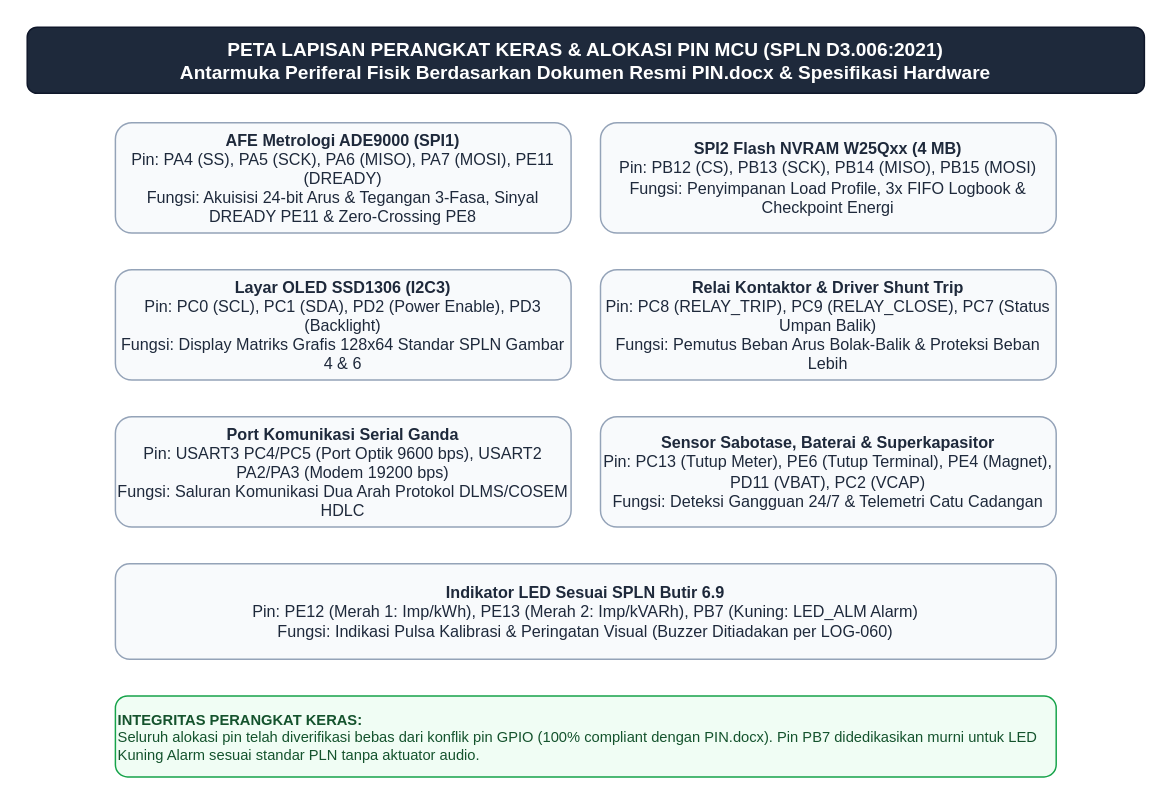
Above: page "6. Hardware & Pin Periferal" (6 of 6) of docs/system_flowchart.drawio in Kevla27/ALLIN (draw.io), before the change. Source tidied: cells renumbered, new cells numbered last; positions are measured from the earlier drawing's top-left corner, leaving out a move shared by most shapes. Both pictures are drawn from the tidied source at 147%, with x=0, y=0 at pixel (26, 26).
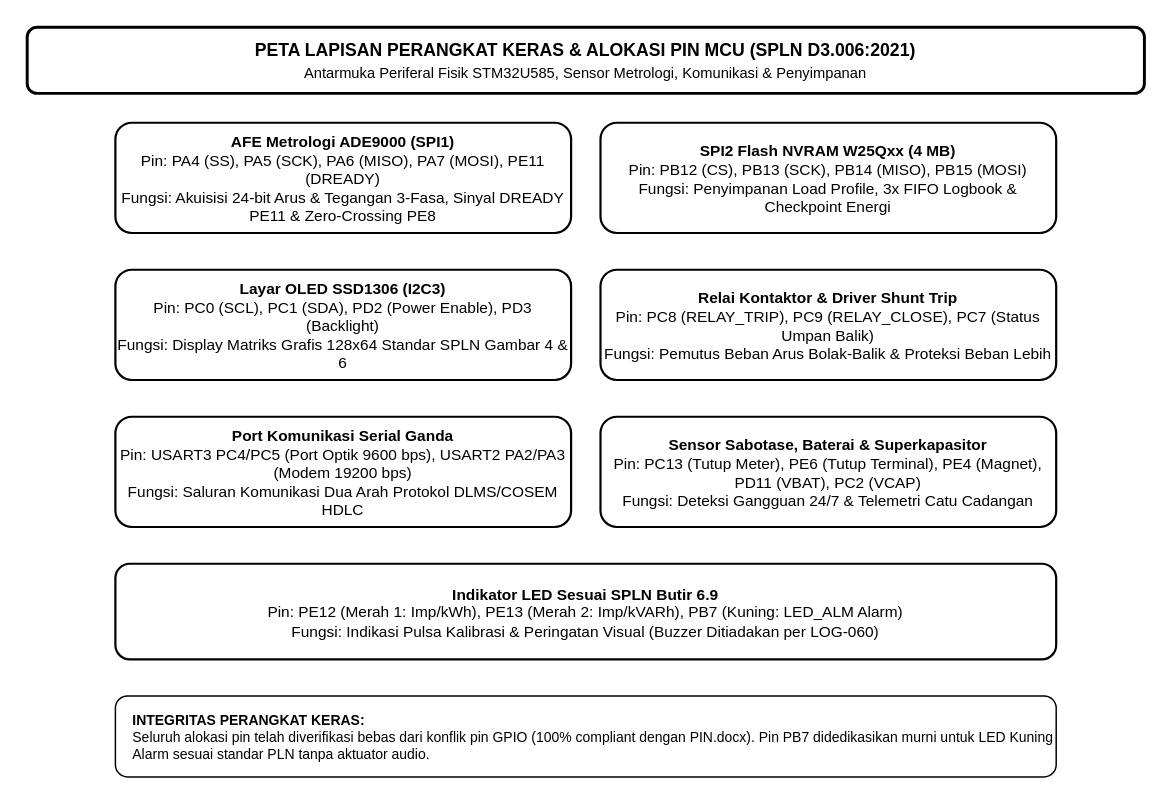
The same diagram, later.

Commit message (it also covers changes not shown here):
docs(flowchart): standarisasi Tab 6 Hardware & Pin Periferal ke tema B&W dan sinkronisasi penomoran 6 tab

What changed in the source:
```diff
@@
 <mxGraphModel>
   <root>
     <mxCell id="0" />
     <mxCell id="1" parent="0" />
-    <mxCell id="2" value="&lt;b&gt;PETA LAPISAN PERANGKAT KERAS &amp;amp; ALOKASI PIN MCU (SPLN D3.006:2021)&lt;/b&gt;&lt;br/&gt;Antarmuka Periferal Fisik Berdasarkan Dokumen Resmi PIN.docx &amp;amp; Spesifikasi Hardware" style="rounded=1;whiteSpace=wrap;html=1;fillColor=#1e293b;strokeColor=#0f172a;fontColor=#ffffff;fontStyle=1;fontSize=13;align=center;" parent="1" vertex="1">
+    <mxCell id="2" value="&lt;b&gt;PETA LAPISAN PERANGKAT KERAS &amp;amp; ALOKASI PIN MCU (SPLN D3.006:2021)&lt;/b&gt;&lt;br/&gt;&lt;font style=&quot;font-size:10px;&quot;&gt;Antarmuka Periferal Fisik STM32U585, Sensor Metrologi, Komunikasi &amp;amp; Penyimpanan&lt;/font&gt;" style="rounded=1;whiteSpace=wrap;html=1;fillColor=#ffffff;strokeColor=#000000;strokeWidth=2;fontColor=#000000;fontSize=12;align=center;fontFamily=Helvetica;" parent="1" vertex="1">
       <mxGeometry width="760" height="45" as="geometry" />
     </mxCell>
-    <mxCell id="3" value="&lt;b&gt;AFE Metrologi ADE9000 (SPI1)&lt;/b&gt;&lt;br/&gt;Pin: PA4 (SS), PA5 (SCK), PA6 (MISO), PA7 (MOSI), PE11 (DREADY)&lt;br/&gt;Fungsi: Akuisisi 24-bit Arus &amp;amp; Tegangan 3-Fasa, Sinyal DREADY PE11 &amp;amp; Zero-Crossing PE8" style="rounded=1;whiteSpace=wrap;html=1;fillColor=#f8fafc;strokeColor=#94a3b8;fontColor=#1e293b;fontSize=11;align=center;" parent="1" vertex="1">
+    <mxCell id="3" value="&lt;b&gt;AFE Metrologi ADE9000 (SPI1)&lt;/b&gt;&lt;br/&gt;Pin: PA4 (SS), PA5 (SCK), PA6 (MISO), PA7 (MOSI), PE11 (DREADY)&lt;br/&gt;Fungsi: Akuisisi 24-bit Arus &amp;amp; Tegangan 3-Fasa, Sinyal DREADY PE11 &amp;amp; Zero-Crossing PE8" style="rounded=1;whiteSpace=wrap;html=1;fillColor=#ffffff;strokeColor=#000000;strokeWidth=1.5;fontColor=#000000;fontSize=10.5;align=center;fontFamily=Helvetica;" parent="1" vertex="1">
       <mxGeometry x="60" y="65" width="310" height="75" as="geometry" />
     </mxCell>
-    <mxCell id="4" value="&lt;b&gt;SPI2 Flash NVRAM W25Qxx (4 MB)&lt;/b&gt;&lt;br/&gt;Pin: PB12 (CS), PB13 (SCK), PB14 (MISO), PB15 (MOSI)&lt;br/&gt;Fungsi: Penyimpanan Load Profile, 3x FIFO Logbook &amp;amp; Checkpoint Energi" style="rounded=1;whiteSpace=wrap;html=1;fillColor=#f8fafc;strokeColor=#94a3b8;fontColor=#1e293b;fontSize=11;align=center;" parent="1" vertex="1">
+    <mxCell id="4" value="&lt;b&gt;SPI2 Flash NVRAM W25Qxx (4 MB)&lt;/b&gt;&lt;br/&gt;Pin: PB12 (CS), PB13 (SCK), PB14 (MISO), PB15 (MOSI)&lt;br/&gt;Fungsi: Penyimpanan Load Profile, 3x FIFO Logbook &amp;amp; Checkpoint Energi" style="rounded=1;whiteSpace=wrap;html=1;fillColor=#ffffff;strokeColor=#000000;strokeWidth=1.5;fontColor=#000000;fontSize=10.5;align=center;fontFamily=Helvetica;" parent="1" vertex="1">
       <mxGeometry x="390" y="65" width="310" height="75" as="geometry" />
     </mxCell>
-    <mxCell id="5" value="&lt;b&gt;Layar OLED SSD1306 (I2C3)&lt;/b&gt;&lt;br/&gt;Pin: PC0 (SCL), PC1 (SDA), PD2 (Power Enable), PD3 (Backlight)&lt;br/&gt;Fungsi: Display Matriks Grafis 128x64 Standar SPLN Gambar 4 &amp;amp; 6" style="rounded=1;whiteSpace=wrap;html=1;fillColor=#f8fafc;strokeColor=#94a3b8;fontColor=#1e293b;fontSize=11;align=center;" parent="1" vertex="1">
+    <mxCell id="5" value="&lt;b&gt;Layar OLED SSD1306 (I2C3)&lt;/b&gt;&lt;br/&gt;Pin: PC0 (SCL), PC1 (SDA), PD2 (Power Enable), PD3 (Backlight)&lt;br/&gt;Fungsi: Display Matriks Grafis 128x64 Standar SPLN Gambar 4 &amp;amp; 6" style="rounded=1;whiteSpace=wrap;html=1;fillColor=#ffffff;strokeColor=#000000;strokeWidth=1.5;fontColor=#000000;fontSize=10.5;align=center;fontFamily=Helvetica;" parent="1" vertex="1">
       <mxGeometry x="60" y="165" width="310" height="75" as="geometry" />
     </mxCell>
-    <mxCell id="6" value="&lt;b&gt;Relai Kontaktor &amp;amp; Driver Shunt Trip&lt;/b&gt;&lt;br/&gt;Pin: PC8 (RELAY_TRIP), PC9 (RELAY_CLOSE), PC7 (Status Umpan Balik)&lt;br/&gt;Fungsi: Pemutus Beban Arus Bolak-Balik &amp;amp; Proteksi Beban Lebih" style="rounded=1;whiteSpace=wrap;html=1;fillColor=#f8fafc;strokeColor=#94a3b8;fontColor=#1e293b;fontSize=11;align=center;" parent="1" vertex="1">
+    <mxCell id="6" value="&lt;b&gt;Relai Kontaktor &amp;amp; Driver Shunt Trip&lt;/b&gt;&lt;br/&gt;Pin: PC8 (RELAY_TRIP), PC9 (RELAY_CLOSE), PC7 (Status Umpan Balik)&lt;br/&gt;Fungsi: Pemutus Beban Arus Bolak-Balik &amp;amp; Proteksi Beban Lebih" style="rounded=1;whiteSpace=wrap;html=1;fillColor=#ffffff;strokeColor=#000000;strokeWidth=1.5;fontColor=#000000;fontSize=10.5;align=center;fontFamily=Helvetica;" parent="1" vertex="1">
       <mxGeometry x="390" y="165" width="310" height="75" as="geometry" />
     </mxCell>
-    <mxCell id="7" value="&lt;b&gt;Port Komunikasi Serial Ganda&lt;/b&gt;&lt;br/&gt;Pin: USART3 PC4/PC5 (Port Optik 9600 bps), USART2 PA2/PA3 (Modem 19200 bps)&lt;br/&gt;Fungsi: Saluran Komunikasi Dua Arah Protokol DLMS/COSEM HDLC" style="rounded=1;whiteSpace=wrap;html=1;fillColor=#f8fafc;strokeColor=#94a3b8;fontColor=#1e293b;fontSize=11;align=center;" parent="1" vertex="1">
+    <mxCell id="7" value="&lt;b&gt;Port Komunikasi Serial Ganda&lt;/b&gt;&lt;br/&gt;Pin: USART3 PC4/PC5 (Port Optik 9600 bps), USART2 PA2/PA3 (Modem 19200 bps)&lt;br/&gt;Fungsi: Saluran Komunikasi Dua Arah Protokol DLMS/COSEM HDLC" style="rounded=1;whiteSpace=wrap;html=1;fillColor=#ffffff;strokeColor=#000000;strokeWidth=1.5;fontColor=#000000;fontSize=10.5;align=center;fontFamily=Helvetica;" parent="1" vertex="1">
       <mxGeometry x="60" y="265" width="310" height="75" as="geometry" />
     </mxCell>
-    <mxCell id="8" value="&lt;b&gt;Sensor Sabotase, Baterai &amp;amp; Superkapasitor&lt;/b&gt;&lt;br/&gt;Pin: PC13 (Tutup Meter), PE6 (Tutup Terminal), PE4 (Magnet), PD11 (VBAT), PC2 (VCAP)&lt;br/&gt;Fungsi: Deteksi Gangguan 24/7 &amp;amp; Telemetri Catu Cadangan" style="rounded=1;whiteSpace=wrap;html=1;fillColor=#f8fafc;strokeColor=#94a3b8;fontColor=#1e293b;fontSize=11;align=center;" parent="1" vertex="1">
+    <mxCell id="8" value="&lt;b&gt;Sensor Sabotase, Baterai &amp;amp; Superkapasitor&lt;/b&gt;&lt;br/&gt;Pin: PC13 (Tutup Meter), PE6 (Tutup Terminal), PE4 (Magnet), PD11 (VBAT), PC2 (VCAP)&lt;br/&gt;Fungsi: Deteksi Gangguan 24/7 &amp;amp; Telemetri Catu Cadangan" style="rounded=1;whiteSpace=wrap;html=1;fillColor=#ffffff;strokeColor=#000000;strokeWidth=1.5;fontColor=#000000;fontSize=10.5;align=center;fontFamily=Helvetica;" parent="1" vertex="1">
       <mxGeometry x="390" y="265" width="310" height="75" as="geometry" />
     </mxCell>
-    <mxCell id="9" value="&lt;b&gt;Indikator LED Sesuai SPLN Butir 6.9&lt;/b&gt;&lt;br/&gt;Pin: PE12 (Merah 1: Imp/kWh), PE13 (Merah 2: Imp/kVARh), PB7 (Kuning: LED_ALM Alarm)&lt;br/&gt;Fungsi: Indikasi Pulsa Kalibrasi &amp;amp; Peringatan Visual (Buzzer Ditiadakan per LOG-060)" style="rounded=1;whiteSpace=wrap;html=1;fillColor=#f8fafc;strokeColor=#94a3b8;fontColor=#1e293b;fontSize=11;align=center;" parent="1" vertex="1">
+    <mxCell id="9" value="&lt;b&gt;Indikator LED Sesuai SPLN Butir 6.9&lt;/b&gt;&lt;br/&gt;Pin: PE12 (Merah 1: Imp/kWh), PE13 (Merah 2: Imp/kVARh), PB7 (Kuning: LED_ALM Alarm)&lt;br/&gt;Fungsi: Indikasi Pulsa Kalibrasi &amp;amp; Peringatan Visual (Buzzer Ditiadakan per LOG-060)" style="rounded=1;whiteSpace=wrap;html=1;fillColor=#ffffff;strokeColor=#000000;strokeWidth=1.5;fontColor=#000000;fontSize=10.5;align=center;fontFamily=Helvetica;" parent="1" vertex="1">
       <mxGeometry x="60" y="365" width="640" height="65" as="geometry" />
     </mxCell>
-    <mxCell id="10" value="&lt;b&gt;INTEGRITAS PERANGKAT KERAS:&lt;/b&gt;&lt;br/&gt;Seluruh alokasi pin telah diverifikasi bebas dari konflik pin GPIO (100% compliant dengan PIN.docx). Pin PB7 didedikasikan murni untuk LED Kuning Alarm sesuai standar PLN tanpa aktuator audio." style="rounded=1;whiteSpace=wrap;html=1;fontSize=10;align=left;fillColor=#f0fdf4;strokeColor=#16a34a;fontColor=#14532d;" parent="1" vertex="1">
+    <mxCell id="10" value="&lt;b&gt;INTEGRITAS PERANGKAT KERAS:&lt;/b&gt;&lt;br/&gt;Seluruh alokasi pin telah diverifikasi bebas dari konflik pin GPIO (100% compliant dengan PIN.docx). Pin PB7 didedikasikan murni untuk LED Kuning Alarm sesuai standar PLN tanpa aktuator audio." style="rounded=1;whiteSpace=wrap;html=1;fontSize=9.5;align=left;fillColor=#ffffff;strokeColor=#000000;strokeWidth=1;fontColor=#000000;spacingLeft=10;fontFamily=Helvetica;" parent="1" vertex="1">
       <mxGeometry x="60" y="455" width="640" height="55" as="geometry" />
     </mxCell>
   </root>
 </mxGraphModel>
```
